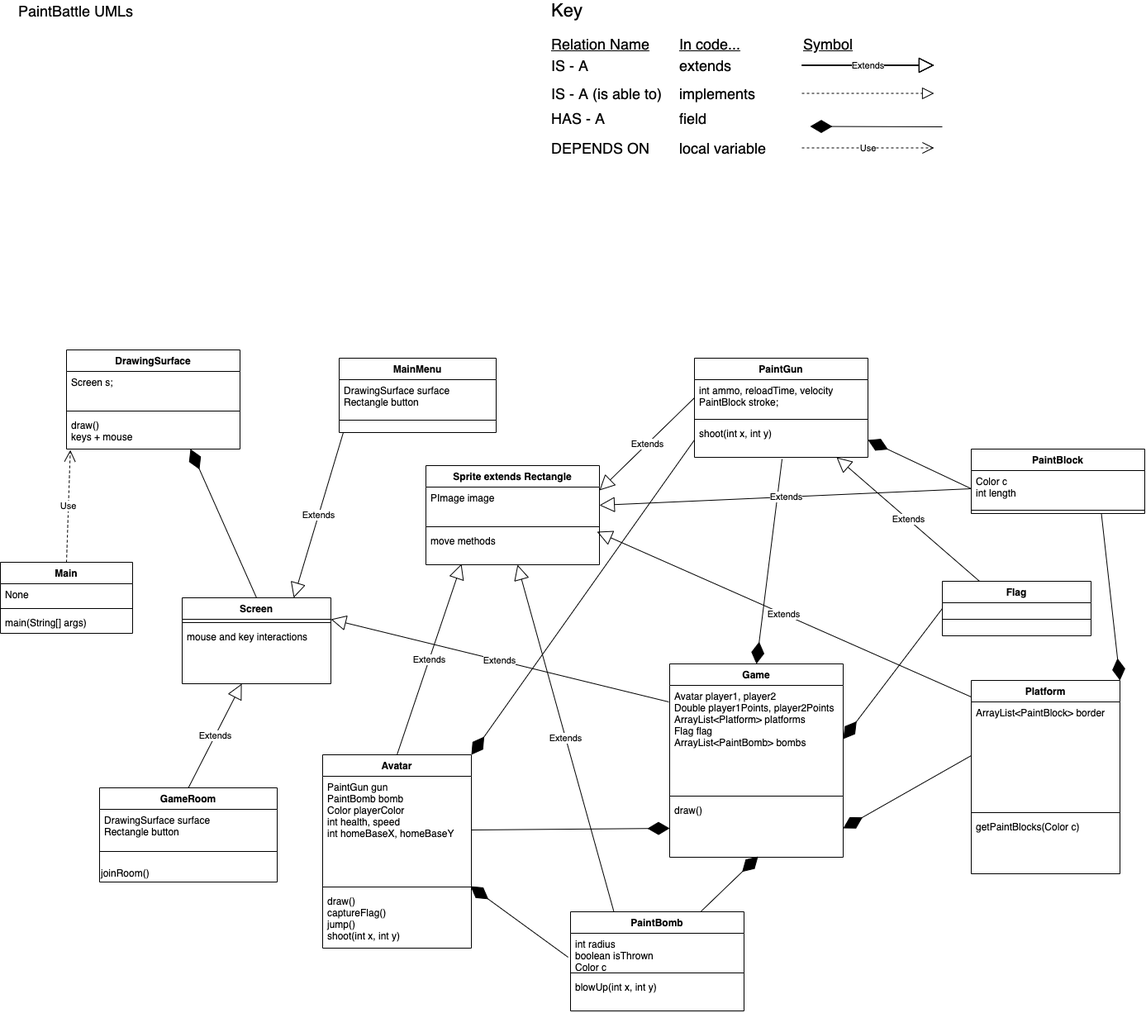
The draw.io diagram CapstoneProject/doc/Period 6 - Paint Battle UML Diagrams .drawio.png in HHSAPCompSci2021/capstoneproject-capstone-aaditya-rajiv-ishaan-memers, before a commit. Source tidied: cells renumbered, new cells last; positions are measured from the earlier drawing's top-left corner, leaving out a move shared by most shapes.
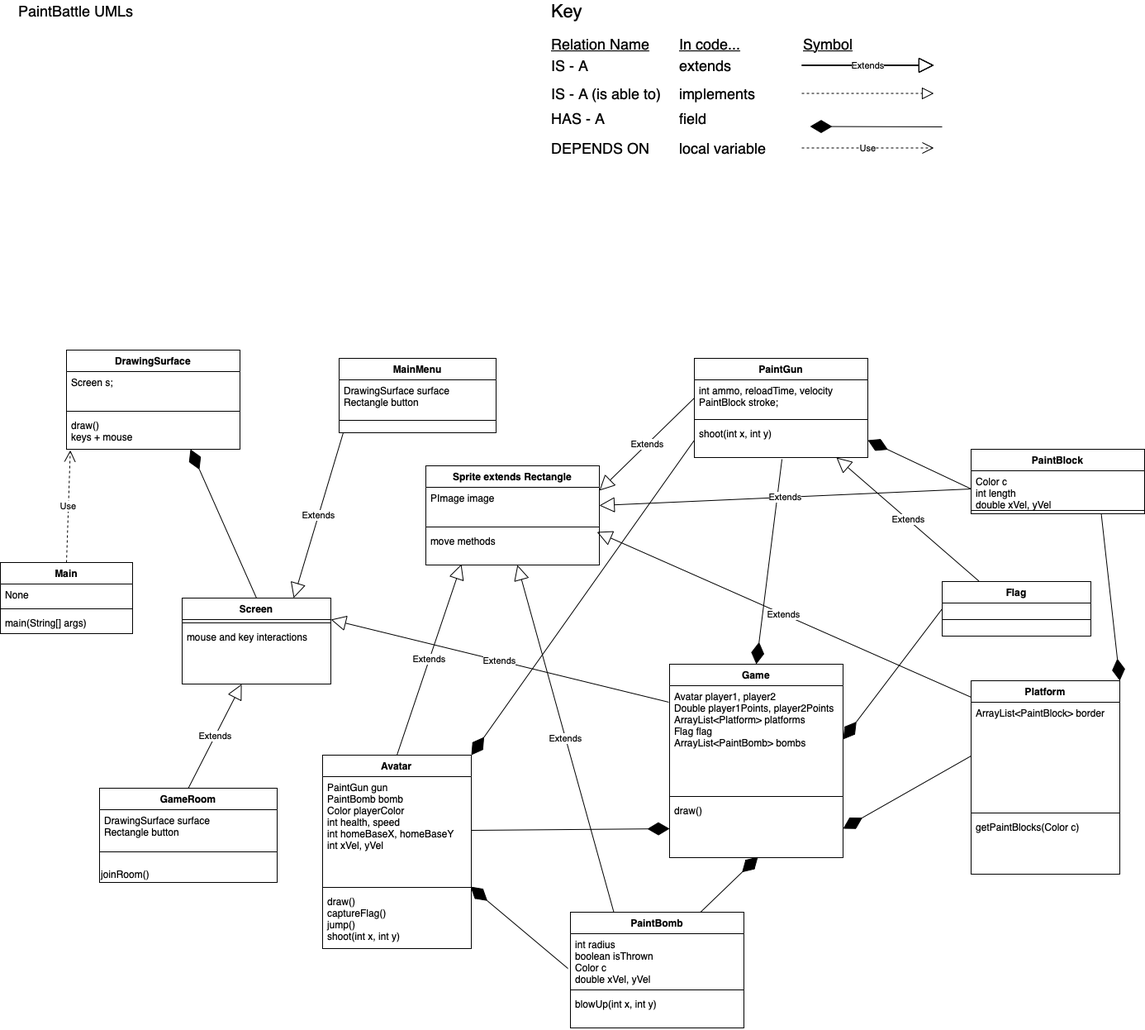
The same diagram one commit later.

Commit message:
Alpha Release Final

Change to the diagram source:
```diff
@@ -5,7 +5,7 @@
     <mxCell id="2" value="Avatar" style="swimlane;fontStyle=1;align=center;verticalAlign=top;horizontal=1;startSize=26;" parent="1" vertex="1">
       <mxGeometry x="390" y="910" width="180" height="234" as="geometry" />
     </mxCell>
-    <mxCell id="3" value="PaintGun gun&#10;PaintBomb bomb&#10;Color playerColor&#10;int health, speed&#10;int homeBaseX, homeBaseY&#10;" style="text;strokeColor=none;fillColor=none;align=left;verticalAlign=top;spacingLeft=4;spacingRight=4;overflow=hidden;points=[[0,0.5],[1,0.5]];portConstraint=eastwest;" parent="2" vertex="1">
+    <mxCell id="3" value="PaintGun gun&#10;PaintBomb bomb&#10;Color playerColor&#10;int health, speed&#10;int homeBaseX, homeBaseY&#10;int xVel, yVel&#10;&#10;" style="text;strokeColor=none;fillColor=none;align=left;verticalAlign=top;spacingLeft=4;spacingRight=4;overflow=hidden;points=[[0,0.5],[1,0.5]];portConstraint=eastwest;" parent="2" vertex="1">
       <mxGeometry y="26" width="180" height="130" as="geometry" />
     </mxCell>
     <mxCell id="4" style="line;strokeWidth=1;fillColor=none;align=left;verticalAlign=middle;spacingTop=-1;spacingLeft=3;spacingRight=3;labelPosition=right;points=[];portConstraint=eastwest;" parent="2" vertex="1">
@@ -108,16 +108,16 @@
       <mxGeometry y="78" width="210" height="42" as="geometry" />
     </mxCell>
     <mxCell id="34" value="PaintBomb" style="swimlane;fontStyle=1;align=center;verticalAlign=top;horizontal=1;startSize=26;" parent="1" vertex="1">
-      <mxGeometry x="690" y="1100" width="210" height="120" as="geometry" />
+      <mxGeometry x="690" y="1100" width="210" height="140" as="geometry" />
     </mxCell>
-    <mxCell id="35" value="int radius&#10;boolean isThrown&#10;Color c" style="text;strokeColor=none;fillColor=none;align=left;verticalAlign=top;spacingLeft=4;spacingRight=4;overflow=hidden;points=[[0,0.5],[1,0.5]];portConstraint=eastwest;" parent="34" vertex="1">
-      <mxGeometry y="26" width="210" height="44" as="geometry" />
+    <mxCell id="35" value="int radius&#10;boolean isThrown&#10;Color c&#10;double xVel, yVel" style="text;strokeColor=none;fillColor=none;align=left;verticalAlign=top;spacingLeft=4;spacingRight=4;overflow=hidden;points=[[0,0.5],[1,0.5]];portConstraint=eastwest;" parent="34" vertex="1">
+      <mxGeometry y="26" width="210" height="64" as="geometry" />
     </mxCell>
     <mxCell id="36" style="line;strokeWidth=1;fillColor=none;align=left;verticalAlign=middle;spacingTop=-1;spacingLeft=3;spacingRight=3;labelPosition=right;" parent="34" vertex="1">
-      <mxGeometry y="70" width="210" height="8" as="geometry" />
+      <mxGeometry y="90" width="210" height="8" as="geometry" />
     </mxCell>
     <mxCell id="37" value="blowUp(int x, int y)" style="text;strokeColor=none;fillColor=none;align=left;verticalAlign=top;spacingLeft=4;spacingRight=4;overflow=hidden;" parent="34" vertex="1">
-      <mxGeometry y="78" width="210" height="42" as="geometry" />
+      <mxGeometry y="98" width="210" height="42" as="geometry" />
     </mxCell>
     <mxCell id="38" value="Sprite extends Rectangle" style="swimlane;fontStyle=1;align=center;verticalAlign=top;horizontal=1;startSize=26;" parent="1" vertex="1">
       <mxGeometry x="515" y="560" width="210" height="120" as="geometry" />
@@ -140,7 +140,7 @@
     <mxCell id="44" value="PaintBlock" style="swimlane;fontStyle=1;align=center;verticalAlign=top;horizontal=1;startSize=26;" parent="1" vertex="1">
       <mxGeometry x="1175" y="540" width="210" height="78" as="geometry" />
     </mxCell>
-    <mxCell id="45" value="Color c&#10;int length" style="text;strokeColor=none;fillColor=none;align=left;verticalAlign=top;spacingLeft=4;spacingRight=4;overflow=hidden;points=[[0,0.5],[1,0.5]];portConstraint=eastwest;" parent="44" vertex="1">
+    <mxCell id="45" value="Color c&#10;int length&#10;double xVel, yVel" style="text;strokeColor=none;fillColor=none;align=left;verticalAlign=top;spacingLeft=4;spacingRight=4;overflow=hidden;points=[[0,0.5],[1,0.5]];portConstraint=eastwest;" parent="44" vertex="1">
       <mxGeometry y="26" width="210" height="44" as="geometry" />
     </mxCell>
     <mxCell id="46" style="line;strokeWidth=1;fillColor=none;align=left;verticalAlign=middle;spacingTop=-1;spacingLeft=3;spacingRight=3;labelPosition=right;" parent="44" vertex="1">
```
